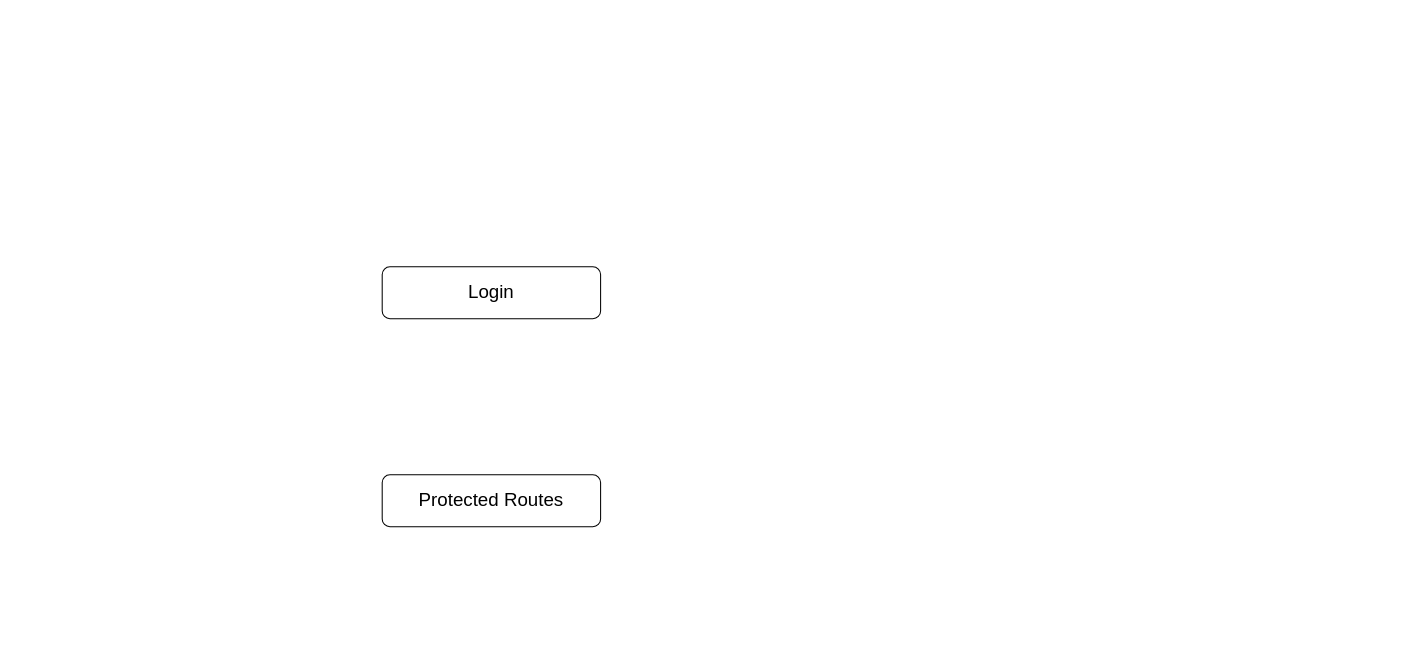
Earlier version of the draw.io diagram auth_system_.drawio (mahmoudkarsha/md). Source tidied: cells renumbered, new cells numbered last; positions are measured from the earlier drawing's top-left corner, leaving out a move shared by most shapes. Both pictures are drawn from the tidied source at 104%, with x=0, y=0 at pixel (382, 266).
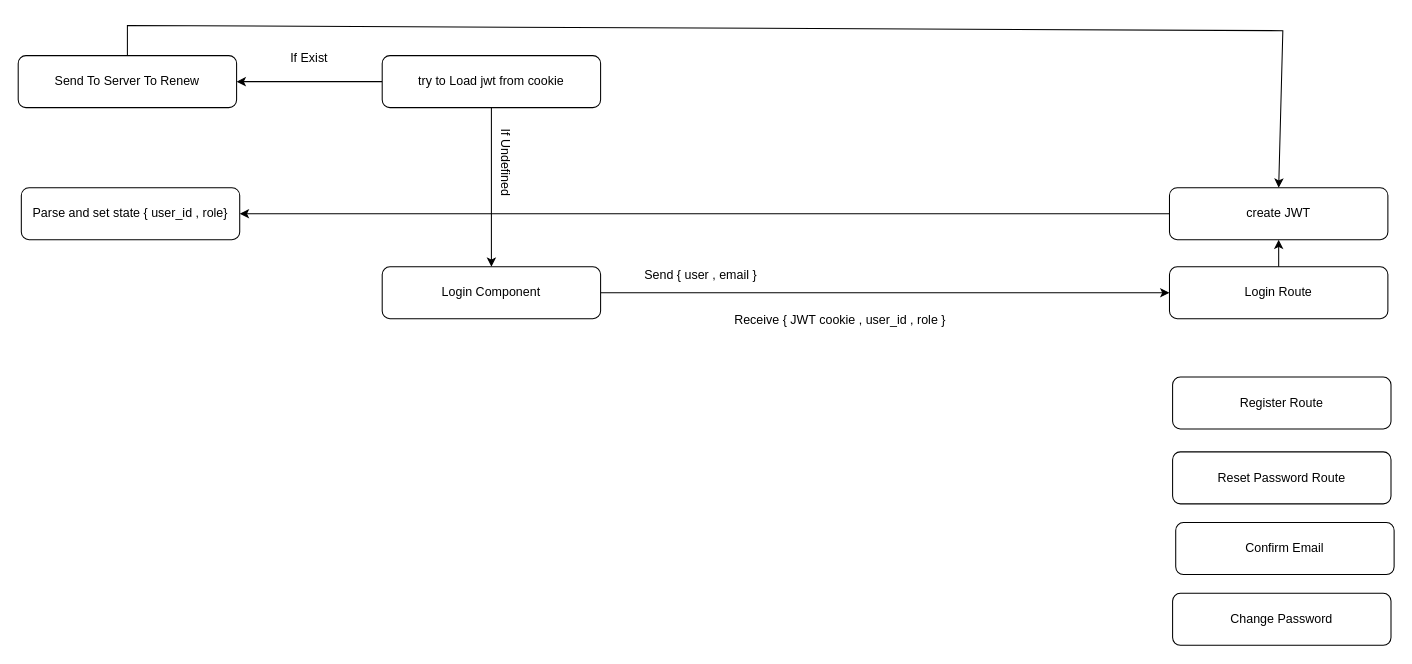
After the change.

Diff of the diagram source:
```diff
@@
-    <mxCell id="2" value="&lt;font style=&quot;font-size: 18px;&quot;&gt;Protected Routes&lt;/font&gt;" style="rounded=1;whiteSpace=wrap;html=1;" parent="1" vertex="1">
-      <mxGeometry y="200" width="210" height="50" as="geometry" />
-    </mxCell>
+    <mxCell id="4" style="rounded=0;jettySize=auto;html=1;exitX=1;exitY=0.5;exitDx=0;exitDy=0;entryX=0;entryY=0.5;entryDx=0;entryDy=0;fontFamily=Helvetica;fontSize=12;fontColor=default;" parent="1" edge="1" source="3" target="6">
+      <mxGeometry relative="1" as="geometry" />
+    </mxCell>
-    <mxCell id="3" value="&lt;font style=&quot;font-size: 18px;&quot;&gt;Login&lt;/font&gt;" style="rounded=1;whiteSpace=wrap;html=1;" parent="1" vertex="1">
+    <mxCell id="3" value="Login Component" style="rounded=1;whiteSpace=wrap;html=1;" parent="1" vertex="1">
       <mxGeometry width="210" height="50" as="geometry" />
     </mxCell>
+    <mxCell id="5" style="edgeStyle=none;shape=connector;rounded=0;jettySize=auto;html=1;exitX=0.5;exitY=0;exitDx=0;exitDy=0;entryX=0.5;entryY=1;entryDx=0;entryDy=0;strokeColor=default;align=center;verticalAlign=middle;fontFamily=Helvetica;fontSize=12;fontColor=default;labelBackgroundColor=default;endArrow=classic;" parent="1" edge="1" source="6" target="21">
+      <mxGeometry relative="1" as="geometry" />
+    </mxCell>
+    <mxCell id="6" value="Login Route" style="rounded=1;whiteSpace=wrap;html=1;" parent="1" vertex="1">
+      <mxGeometry x="757" width="210" height="50" as="geometry" />
+    </mxCell>
+    <mxCell id="7" value="Register Route" style="rounded=1;whiteSpace=wrap;html=1;" parent="1" vertex="1">
+      <mxGeometry x="760" y="106" width="210" height="50" as="geometry" />
+    </mxCell>
+    <mxCell id="8" value="Reset Password Route" style="rounded=1;whiteSpace=wrap;html=1;" parent="1" vertex="1">
+      <mxGeometry x="760" y="178" width="210" height="50" as="geometry" />
+    </mxCell>
+    <mxCell id="9" value="Confirm Email" style="rounded=1;whiteSpace=wrap;html=1;" parent="1" vertex="1">
+      <mxGeometry x="763" y="246" width="210" height="50" as="geometry" />
+    </mxCell>
+    <mxCell id="10" value="Change Password" style="rounded=1;whiteSpace=wrap;html=1;" parent="1" vertex="1">
+      <mxGeometry x="760" y="314" width="210" height="50" as="geometry" />
+    </mxCell>
+    <mxCell id="11" value="Send { user , email } " style="text;html=1;align=center;verticalAlign=middle;whiteSpace=wrap;rounded=0;fontFamily=Helvetica;fontSize=12;fontColor=default;labelBackgroundColor=default;rotation=0;" parent="1" vertex="1">
+      <mxGeometry x="218" y="-7" width="177" height="30" as="geometry" />
+    </mxCell>
+    <mxCell id="12" value="Receive { JWT cookie , user_id , role }" style="text;html=1;align=center;verticalAlign=middle;whiteSpace=wrap;rounded=0;fontFamily=Helvetica;fontSize=12;fontColor=default;labelBackgroundColor=default;rotation=0;" parent="1" vertex="1">
+      <mxGeometry x="308" y="37" width="265" height="30" as="geometry" />
+    </mxCell>
+    <mxCell id="13" style="edgeStyle=none;shape=connector;rounded=0;jettySize=auto;html=1;strokeColor=default;align=center;verticalAlign=middle;fontFamily=Helvetica;fontSize=12;fontColor=default;labelBackgroundColor=default;endArrow=classic;" parent="1" edge="1" source="15" target="3">
+      <mxGeometry relative="1" as="geometry" />
+    </mxCell>
+    <mxCell id="14" style="edgeStyle=none;shape=connector;rounded=0;jettySize=auto;html=1;strokeColor=default;align=center;verticalAlign=middle;fontFamily=Helvetica;fontSize=12;fontColor=default;labelBackgroundColor=default;endArrow=classic;" parent="1" edge="1" source="15">
+      <mxGeometry relative="1" as="geometry">
+        <mxPoint x="-140" y="-178" as="targetPoint" />
+      </mxGeometry>
+    </mxCell>
+    <mxCell id="15" value="try to Load jwt from cookie" style="rounded=1;whiteSpace=wrap;html=1;" parent="1" vertex="1">
+      <mxGeometry y="-203" width="210" height="50" as="geometry" />
+    </mxCell>
+    <mxCell id="16" value="If Undefined" style="text;html=1;align=center;verticalAlign=middle;whiteSpace=wrap;rounded=0;fontFamily=Helvetica;fontSize=12;fontColor=default;labelBackgroundColor=default;rotation=90;" parent="1" vertex="1">
+      <mxGeometry x="71" y="-115" width="96" height="30" as="geometry" />
+    </mxCell>
+    <mxCell id="17" value="If Exist" style="text;html=1;align=center;verticalAlign=middle;whiteSpace=wrap;rounded=0;fontFamily=Helvetica;fontSize=12;fontColor=default;labelBackgroundColor=default;rotation=0;" parent="1" vertex="1">
+      <mxGeometry x="-118" y="-215" width="96" height="30" as="geometry" />
+    </mxCell>
+    <mxCell id="18" style="edgeStyle=none;shape=connector;rounded=0;jettySize=auto;html=1;exitX=0.5;exitY=0;exitDx=0;exitDy=0;entryX=0.5;entryY=0;entryDx=0;entryDy=0;strokeColor=default;align=center;verticalAlign=middle;fontFamily=Helvetica;fontSize=12;fontColor=default;labelBackgroundColor=default;endArrow=classic;" parent="1" edge="1" source="19" target="21">
+      <mxGeometry relative="1" as="geometry">
+        <Array as="points">
+          <mxPoint x="-245" y="-232" />
+          <mxPoint x="866" y="-227" />
+        </Array>
+      </mxGeometry>
+    </mxCell>
+    <mxCell id="19" value="Send To Server To Renew" style="rounded=1;whiteSpace=wrap;html=1;" parent="1" vertex="1">
+      <mxGeometry x="-350" y="-203" width="210" height="50" as="geometry" />
+    </mxCell>
+    <mxCell id="20" style="edgeStyle=none;shape=connector;rounded=0;jettySize=auto;html=1;exitX=0;exitY=0.5;exitDx=0;exitDy=0;strokeColor=default;align=center;verticalAlign=middle;fontFamily=Helvetica;fontSize=12;fontColor=default;labelBackgroundColor=default;endArrow=classic;" parent="1" edge="1" source="21" target="22">
+      <mxGeometry relative="1" as="geometry" />
+    </mxCell>
+    <mxCell id="21" value="create JWT" style="rounded=1;whiteSpace=wrap;html=1;" parent="1" vertex="1">
+      <mxGeometry x="757" y="-76" width="210" height="50" as="geometry" />
+    </mxCell>
+    <mxCell id="22" value="Parse and set state { user_id , role}" style="rounded=1;whiteSpace=wrap;html=1;" parent="1" vertex="1">
+      <mxGeometry x="-347" y="-76" width="210" height="50" as="geometry" />
+    </mxCell>
```
